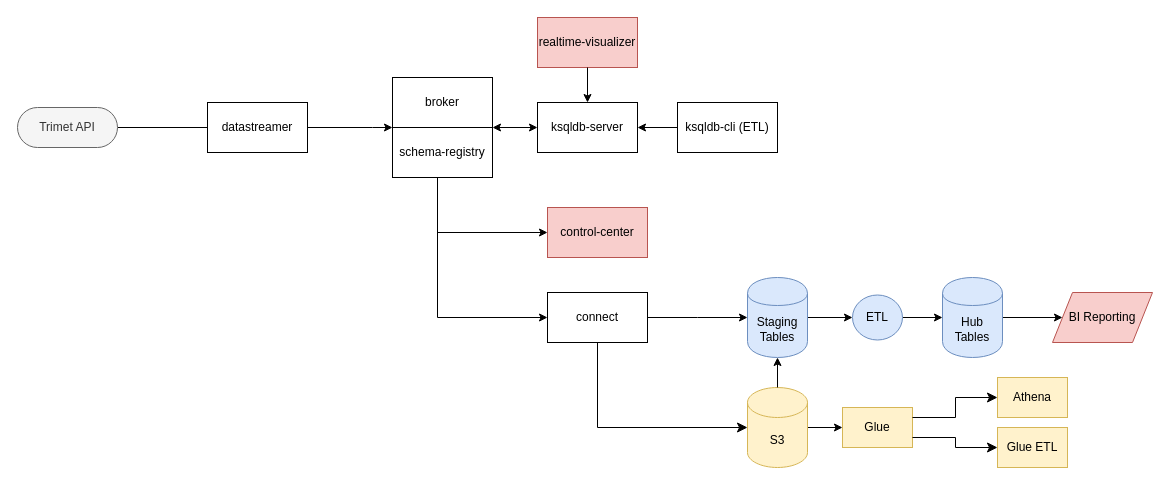
This is Documentation/Models/transportation_hub.drawio from ResourceDataInc/TransportationHub, a draw.io file, before an edit. Source tidied: cells renumbered, new cells numbered last; positions are measured from the earlier drawing's top-left corner, leaving out a move shared by most shapes. Both pictures are drawn from the tidied source at 100%, with x=0, y=0 at pixel (17, 17).
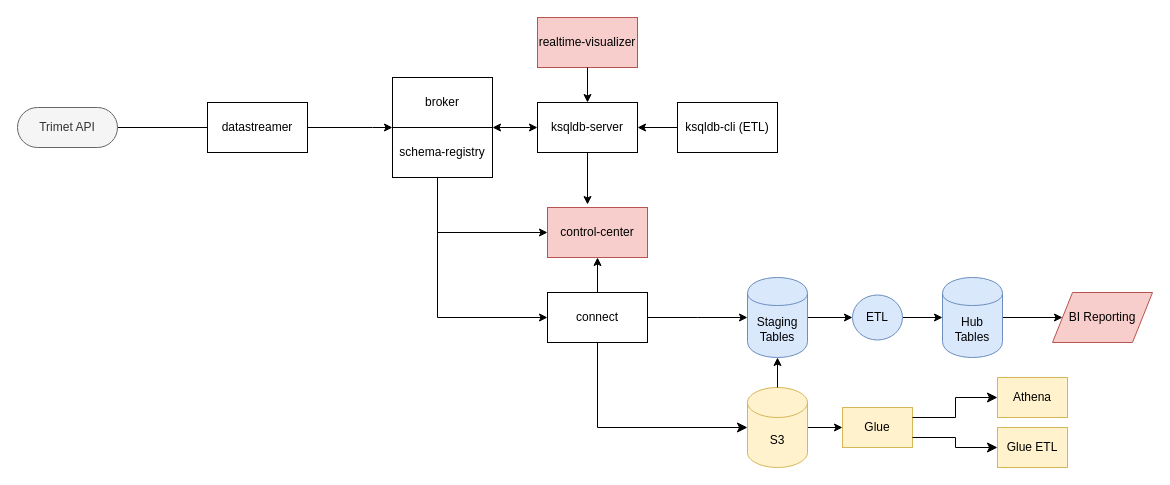
The same diagram, later.

Commit message (it also covers changes not shown here):
add a few more lines

The change refers to these unchanged cells:
```xml
<mxCell id="16" value="connect" style="html=1;dashed=0;whiteSpace=wrap;" parent="1" vertex="1">
  <mxGeometry x="530" y="275" width="100" height="50" as="geometry" />
</mxCell>
<mxCell id="19" value="ksqldb-server" style="html=1;dashed=0;whiteSpace=wrap;" parent="1" vertex="1">
  <mxGeometry x="520" y="85" width="100" height="50" as="geometry" />
</mxCell>
<mxCell id="22" value="control-center" style="html=1;dashed=0;whiteSpace=wrap;fillColor=#f8cecc;strokeColor=#b85450;" parent="1" vertex="1">
  <mxGeometry x="530" y="190" width="100" height="50" as="geometry" />
</mxCell>
```

What changed in the source:
```diff
@@
+    <mxCell id="35" style="edgeStyle=orthogonalEdgeStyle;rounded=0;jettySize=auto;html=1;exitX=0.5;exitY=0;exitDx=0;exitDy=0;entryX=0.5;entryY=1;entryDx=0;entryDy=0;" parent="1" edge="1" source="16" target="22">
+      <mxGeometry relative="1" as="geometry" />
+    </mxCell>
@@
+    <mxCell id="36" style="edgeStyle=orthogonalEdgeStyle;rounded=0;jettySize=auto;html=1;exitX=0.5;exitY=1;exitDx=0;exitDy=0;entryX=0.4;entryY=-0.06;entryDx=0;entryDy=0;entryPerimeter=0;" parent="1" edge="1" source="19" target="22">
+      <mxGeometry relative="1" as="geometry" />
+    </mxCell>
```
